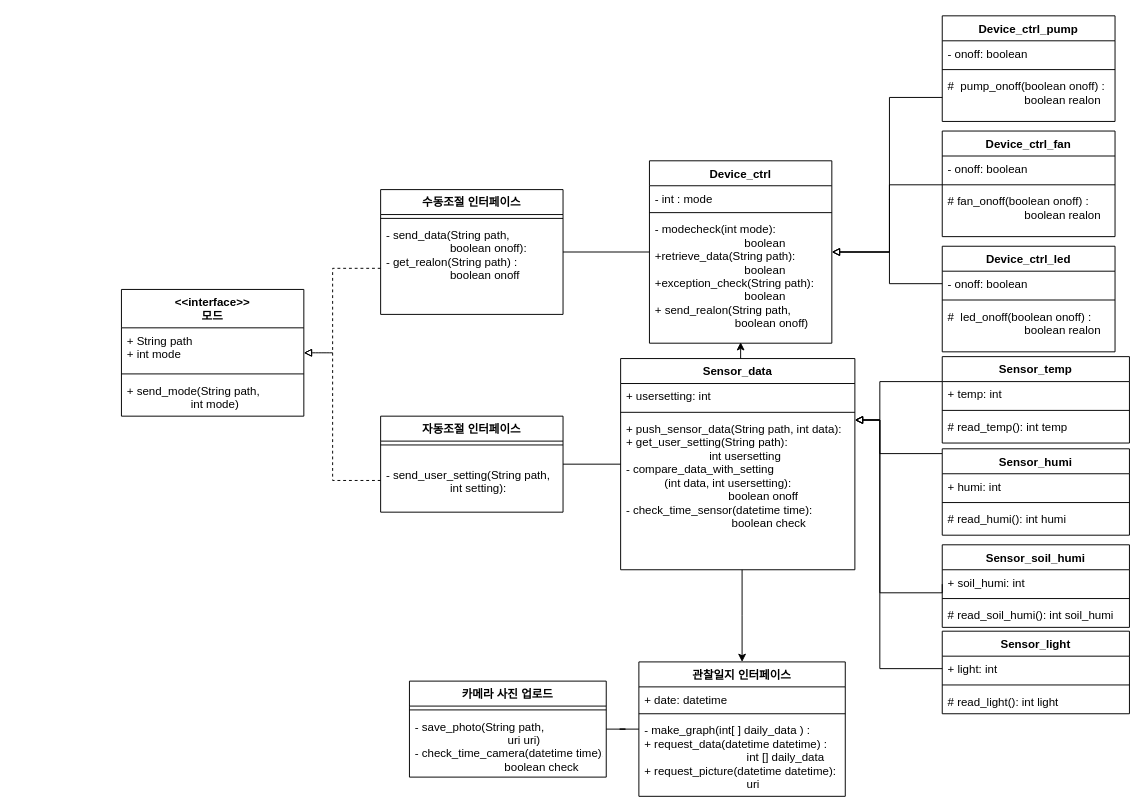
sonmyungwon/Software-Development keeps this draw.io diagram as 5주차/클래스 다이어그램/class_dg_ver2.drawio. Above is the earlier version. Source tidied: cells renumbered, new cells numbered last; positions are measured from the earlier drawing's top-left corner, leaving out a move shared by most shapes. Both pictures are drawn from the tidied source at 96%, with x=0, y=0 at pixel (121, 15).
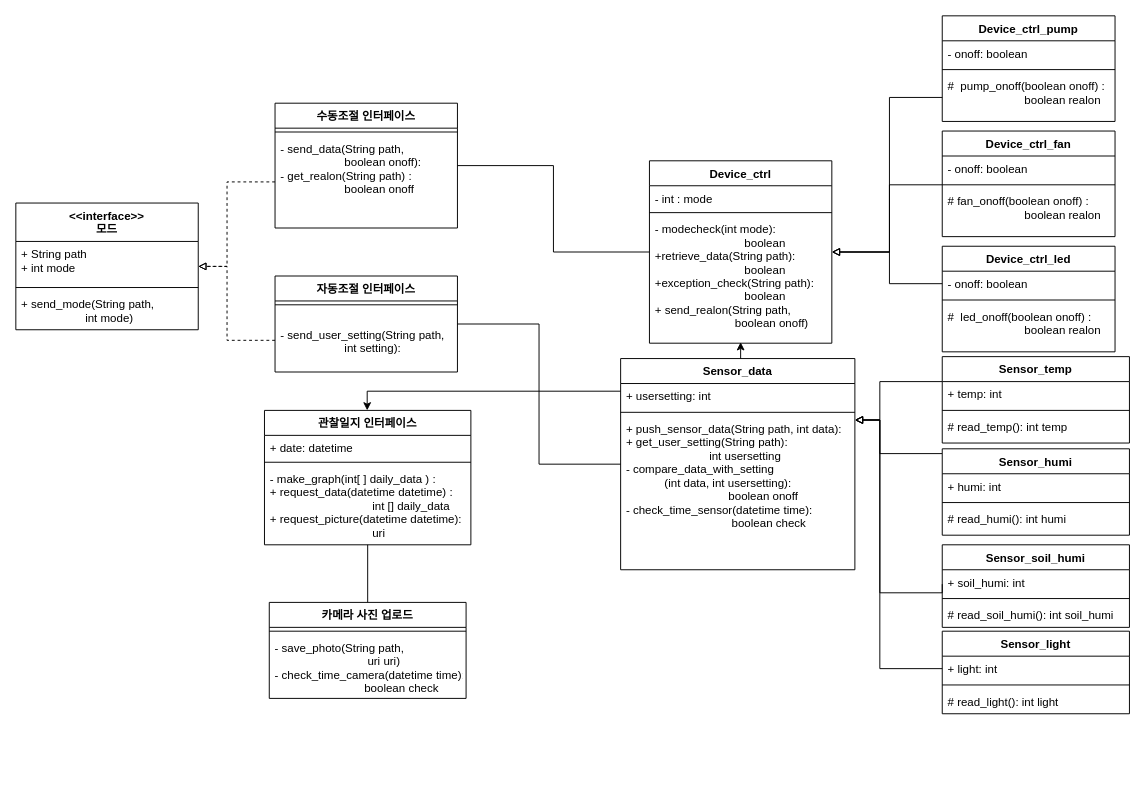
After the change.

Unchanged cells that the change refers to:
```xml
<mxCell id="10" value="- send_data(String path, &#10;                    boolean onoff):&#10;- get_realon(String path) :&#10;                    boolean onoff" style="text;strokeColor=none;fillColor=none;align=left;verticalAlign=top;spacingLeft=4;spacingRight=4;overflow=hidden;points=[[0,0.5],[1,0.5]];portConstraint=eastwest;" parent="8" vertex="1">
  <mxGeometry y="34" width="190" height="96" as="geometry" />
</mxCell>
<mxCell id="18" value="&#10;- send_user_setting(String path,&#10;                    int setting):" style="text;strokeColor=none;fillColor=none;align=left;verticalAlign=top;spacingLeft=4;spacingRight=4;overflow=hidden;points=[[0,0.5],[1,0.5]];portConstraint=eastwest;" parent="16" vertex="1">
  <mxGeometry y="34" width="190" height="66" as="geometry" />
</mxCell>
<mxCell id="21" value="Sensor_data" style="swimlane;fontStyle=1;align=center;verticalAlign=top;horizontal=1;startSize=26;" parent="1" vertex="1">
  <mxGeometry x="520" y="357" width="244" height="220" as="geometry" />
</mxCell>
```

Change to the diagram source:
```diff
@@
     <mxCell id="3" value="관찰일지 인터페이스" style="swimlane;fontStyle=1;align=center;verticalAlign=top;horizontal=1;startSize=26;" parent="1" vertex="1">
-      <mxGeometry x="539" y="673" width="215" height="140" as="geometry" />
+      <mxGeometry x="149" y="411" width="215" height="140" as="geometry" />
     </mxCell>
@@
     <mxCell id="8" value="수동조절 인터페이스" style="swimlane;fontStyle=1;align=center;verticalAlign=top;horizontal=1;startSize=26;" parent="1" vertex="1">
-      <mxGeometry x="270" y="181" width="190" height="130" as="geometry" />
+      <mxGeometry x="160" y="91" width="190" height="130" as="geometry" />
     </mxCell>
@@
     <mxCell id="16" value="자동조절 인터페이스" style="swimlane;fontStyle=1;align=center;verticalAlign=top;horizontal=1;startSize=26;" parent="1" vertex="1">
-      <mxGeometry x="270" y="417" width="190" height="100" as="geometry" />
+      <mxGeometry x="160" y="271" width="190" height="100" as="geometry" />
     </mxCell>
@@
-    <mxCell id="20" style="edgeStyle=orthogonalEdgeStyle;rounded=0;jettySize=auto;html=1;entryX=0.5;entryY=0;entryDx=0;entryDy=0;fontFamily=Helvetica;fontSize=12;fontColor=default;" parent="1" edge="1" source="21" target="3">
+    <mxCell id="20" style="edgeStyle=orthogonalEdgeStyle;rounded=0;jettySize=auto;html=1;fontFamily=Helvetica;fontSize=12;fontColor=default;" parent="1" edge="1" source="21" target="3">
       <mxGeometry relative="1" as="geometry">
         <Array as="points">
-          <mxPoint x="647" y="625" />
+          <mxPoint x="256" y="391" />
         </Array>
       </mxGeometry>
     </mxCell>
@@
     <mxCell id="27" value="카메라 사진 업로드" style="swimlane;fontStyle=1;align=center;verticalAlign=top;horizontal=1;startSize=26;" parent="1" vertex="1">
-      <mxGeometry x="300" y="693" width="205" height="100" as="geometry" />
+      <mxGeometry x="154" y="611" width="205" height="100" as="geometry" />
     </mxCell>
@@
     <mxCell id="63" value="&lt;&lt;interface&gt;&gt; &#10;모드" style="swimlane;fontStyle=1;align=center;verticalAlign=top;horizontal=1;startSize=40;" parent="1" vertex="1">
-      <mxGeometry y="285" width="190" height="132" as="geometry" />
+      <mxGeometry x="-110" y="195" width="190" height="132" as="geometry" />
     </mxCell>
@@
     <mxCell id="67" style="edgeStyle=orthogonalEdgeStyle;rounded=0;jettySize=auto;html=1;endArrow=block;endFill=0;dashed=1;" parent="1" edge="1" source="10" target="63">
       <mxGeometry relative="1" as="geometry">
         <Array as="points">
-          <mxPoint x="220" y="263" />
-          <mxPoint x="220" y="351" />
+          <mxPoint x="110" y="173" />
+          <mxPoint x="110" y="261" />
         </Array>
       </mxGeometry>
     </mxCell>
-    <mxCell id="68" style="edgeStyle=orthogonalEdgeStyle;rounded=0;jettySize=auto;html=1;endArrow=block;endFill=0;dashed=1;" parent="1" edge="1" source="18" target="63">
+    <mxCell id="68" style="edgeStyle=orthogonalEdgeStyle;rounded=0;jettySize=auto;html=1;endArrow=block;endFill=0;dashed=1;exitX=0;exitY=0.5;exitDx=0;exitDy=0;" parent="1" edge="1" source="18" target="63">
       <mxGeometry relative="1" as="geometry">
         <Array as="points">
-          <mxPoint x="220" y="484" />
-          <mxPoint x="220" y="351" />
+          <mxPoint x="110" y="338" />
+          <mxPoint x="110" y="261" />
         </Array>
       </mxGeometry>
     </mxCell>
```
